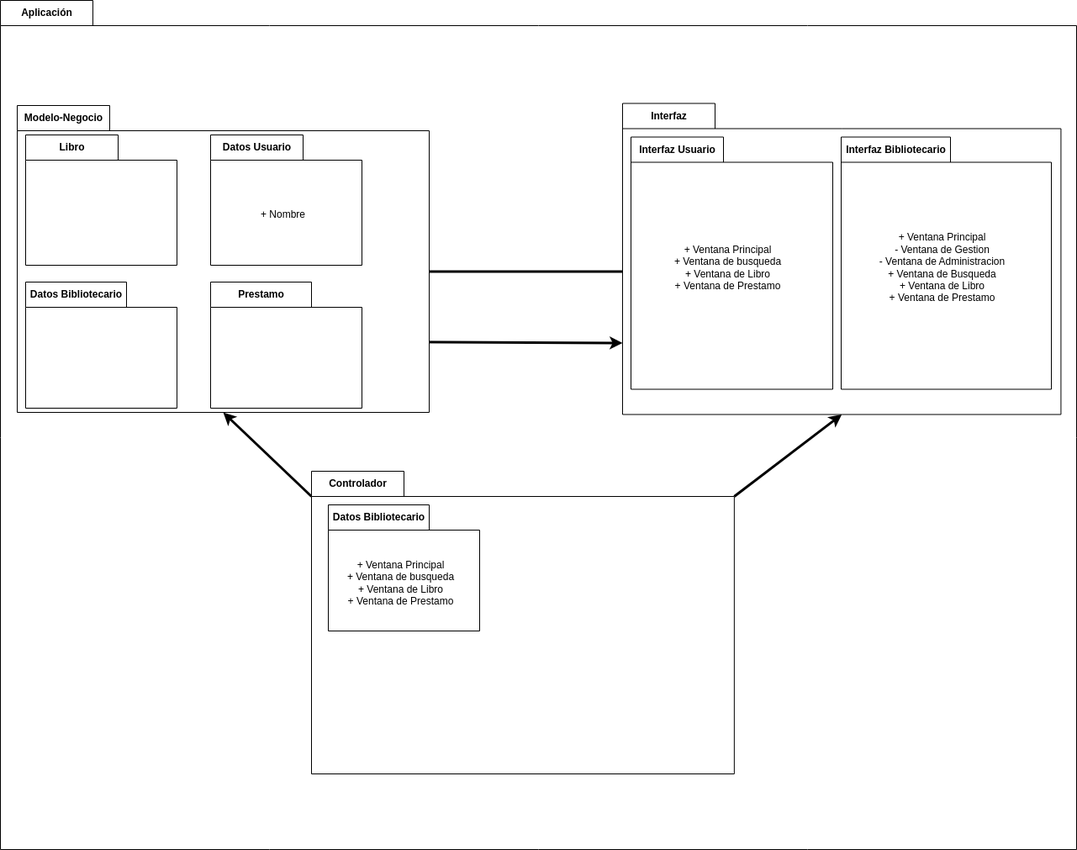
Before: diagrama-paquetes/biblioteca/diagrama-biblioteca.drawio.png, a diagram exported from draw.io (IsaiasTolP/Tareas_Markdown). Source tidied: cells renumbered, new cells last; positions are measured from the earlier drawing's top-left corner, leaving out a move shared by most shapes.
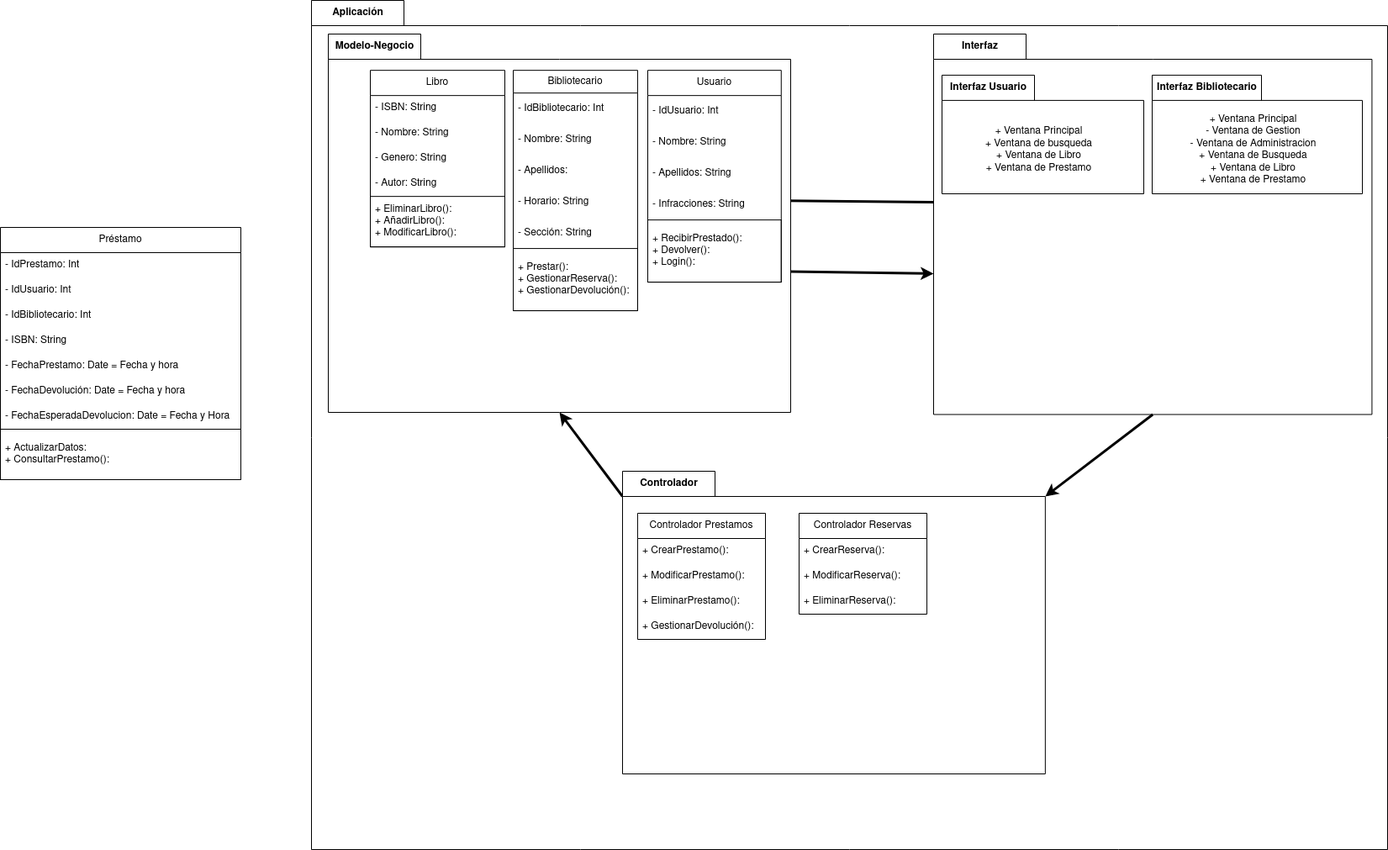
The same file after the commit.

The edit, as a diff of the source:
```diff
@@ -14,30 +14,30 @@
       <mxGeometry relative="1" as="geometry" />
     </mxCell>
     <mxCell id="5" value="Interfaz" style="shape=folder;fontStyle=1;tabWidth=110;tabHeight=30;tabPosition=left;html=1;boundedLbl=1;labelInHeader=1;" parent="2" vertex="1">
-      <mxGeometry x="740" y="122.5" width="521.4" height="370" as="geometry" />
+      <mxGeometry x="740" y="40" width="521.4" height="452.5" as="geometry" />
     </mxCell>
     <mxCell id="6" style="html=1;strokeColor=none;fillColor=none;" parent="5" vertex="1">
-      <mxGeometry width="400.38" height="259" relative="1" as="geometry">
+      <mxGeometry width="400.38" height="316.75" relative="1" as="geometry">
         <mxPoint y="30" as="offset" />
       </mxGeometry>
     </mxCell>
     <mxCell id="7" value="Interfaz Usuario" style="shape=folder;fontStyle=1;tabWidth=110;tabHeight=30;tabPosition=left;html=1;boundedLbl=1;labelInHeader=1;" parent="5" vertex="1">
-      <mxGeometry x="10" y="40" width="240" height="300" as="geometry" />
+      <mxGeometry x="10" y="48.9" width="240" height="141.1" as="geometry" />
     </mxCell>
     <mxCell id="8" value="+ Ventana Principal&lt;br&gt;+ Ventana de busqueda&lt;br&gt;+ Ventana de Libro&lt;br&gt;+ Ventana de Prestamo" style="html=1;strokeColor=none;fillColor=none;" parent="7" vertex="1">
-      <mxGeometry width="230" height="250" relative="1" as="geometry">
+      <mxGeometry width="230" height="117.57" relative="1" as="geometry">
         <mxPoint y="30" as="offset" />
       </mxGeometry>
     </mxCell>
     <mxCell id="9" value="Interfaz Bibliotecario" style="shape=folder;fontStyle=1;tabWidth=130;tabHeight=30;tabPosition=left;html=1;boundedLbl=1;labelInHeader=1;" parent="5" vertex="1">
-      <mxGeometry x="260" y="40" width="250" height="300" as="geometry" />
+      <mxGeometry x="260" y="48.9" width="250" height="141.1" as="geometry" />
     </mxCell>
     <mxCell id="10" value="+ Ventana Principal&lt;br&gt;- Ventana de Gestion&lt;br&gt;- Ventana de Administracion&lt;br&gt;+ Ventana de Busqueda&lt;br&gt;+ Ventana de Libro&lt;br&gt;+ Ventana de Prestamo" style="html=1;strokeColor=none;fillColor=none;" parent="9" vertex="1">
-      <mxGeometry width="239.58" height="250" relative="1" as="geometry">
+      <mxGeometry width="239.58" height="117.57" relative="1" as="geometry">
         <mxPoint y="30" as="offset" />
       </mxGeometry>
     </mxCell>
-    <mxCell id="11" style="edgeStyle=none;html=1;exitX=0;exitY=0;exitDx=502.85714285714283;exitDy=30;exitPerimeter=0;entryX=0.5;entryY=1;entryDx=0;entryDy=0;entryPerimeter=0;strokeWidth=3;" parent="2" edge="1" source="13" target="5">
+    <mxCell id="11" style="edgeStyle=none;html=1;exitX=0;exitY=0;exitDx=502.85714285714283;exitDy=30;exitPerimeter=0;entryX=0.5;entryY=1;entryDx=0;entryDy=0;entryPerimeter=0;strokeWidth=3;startArrow=classic;startFill=1;endArrow=none;endFill=0;" parent="2" edge="1" source="13" target="5">
       <mxGeometry relative="1" as="geometry" />
     </mxCell>
     <mxCell id="12" style="edgeStyle=none;html=1;exitX=0;exitY=0;exitDx=0;exitDy=30;exitPerimeter=0;entryX=0.5;entryY=1;entryDx=0;entryDy=0;entryPerimeter=0;strokeWidth=3;" parent="2" edge="1" source="13" target="18">
@@ -51,56 +51,127 @@
         <mxPoint y="30" as="offset" />
       </mxGeometry>
     </mxCell>
-    <mxCell id="15" value="Datos Bibliotecario" style="shape=folder;fontStyle=1;tabWidth=120;tabHeight=30;tabPosition=left;html=1;boundedLbl=1;labelInHeader=1;" parent="13" vertex="1">
-      <mxGeometry x="20" y="40" width="180" height="150" as="geometry" />
-    </mxCell>
-    <mxCell id="16" value="+ Ventana Principal&lt;br&gt;+ Ventana de busqueda&lt;br&gt;+ Ventana de Libro&lt;br&gt;+ Ventana de Prestamo" style="html=1;strokeColor=none;fillColor=none;" parent="15" vertex="1">
-      <mxGeometry width="172.5" height="125" relative="1" as="geometry">
-        <mxPoint y="30" as="offset" />
-      </mxGeometry>
-    </mxCell>
+    <mxCell id="28" value="Controlador Prestamos" style="swimlane;fontStyle=0;horizontal=1;startSize=30;whiteSpace=wrap;html=1;" parent="13" vertex="1">
+      <mxGeometry x="18" y="50" width="152" height="150" as="geometry" />
+    </mxCell>
+    <mxCell id="29" value="&lt;div&gt;+ CrearPrestamo():&lt;/div&gt;" style="text;strokeColor=none;fillColor=none;align=left;verticalAlign=middle;spacingLeft=4;spacingRight=4;overflow=hidden;whiteSpace=wrap;html=1;" parent="28" vertex="1">
+      <mxGeometry y="30" width="152" height="30" as="geometry" />
+    </mxCell>
+    <mxCell id="30" value="+ ModificarPrestamo():" style="text;strokeColor=none;fillColor=none;align=left;verticalAlign=middle;spacingLeft=4;spacingRight=4;overflow=hidden;whiteSpace=wrap;html=1;" parent="28" vertex="1">
+      <mxGeometry y="60" width="152" height="30" as="geometry" />
+    </mxCell>
+    <mxCell id="31" value="+ EliminarPrestamo():" style="text;strokeColor=none;fillColor=none;align=left;verticalAlign=middle;spacingLeft=4;spacingRight=4;overflow=hidden;whiteSpace=wrap;html=1;" parent="28" vertex="1">
+      <mxGeometry y="90" width="152" height="30" as="geometry" />
+    </mxCell>
+    <mxCell id="32" value="+ GestionarDevolución():" style="text;strokeColor=none;fillColor=none;align=left;verticalAlign=middle;spacingLeft=4;spacingRight=4;overflow=hidden;whiteSpace=wrap;html=1;" parent="28" vertex="1">
+      <mxGeometry y="120" width="152" height="30" as="geometry" />
+    </mxCell>
+    <mxCell id="33" value="Controlador Reservas" style="swimlane;fontStyle=0;horizontal=1;startSize=30;whiteSpace=wrap;html=1;" parent="13" vertex="1">
+      <mxGeometry x="210" y="50" width="152" height="120" as="geometry" />
+    </mxCell>
+    <mxCell id="34" value="+ CrearReserva():" style="text;strokeColor=none;fillColor=none;align=left;verticalAlign=middle;spacingLeft=4;spacingRight=4;overflow=hidden;whiteSpace=wrap;html=1;" parent="33" vertex="1">
+      <mxGeometry y="30" width="152" height="30" as="geometry" />
+    </mxCell>
+    <mxCell id="35" value="+ ModificarReserva():" style="text;strokeColor=none;fillColor=none;align=left;verticalAlign=middle;spacingLeft=4;spacingRight=4;overflow=hidden;whiteSpace=wrap;html=1;" parent="33" vertex="1">
+      <mxGeometry y="60" width="152" height="30" as="geometry" />
+    </mxCell>
+    <mxCell id="36" value="+ EliminarReserva():" style="text;strokeColor=none;fillColor=none;align=left;verticalAlign=middle;spacingLeft=4;spacingRight=4;overflow=hidden;whiteSpace=wrap;html=1;" parent="33" vertex="1">
+      <mxGeometry y="90" width="152" height="30" as="geometry" />
+    </mxCell>
     <mxCell id="17" style="edgeStyle=none;html=1;exitX=0;exitY=0;exitDx=460;exitDy=281.25;exitPerimeter=0;entryX=0;entryY=0;entryDx=0;entryDy=285;entryPerimeter=0;strokeWidth=3;" parent="2" edge="1" source="18" target="5">
       <mxGeometry relative="1" as="geometry" />
     </mxCell>
     <mxCell id="18" value="Modelo-Negocio" style="shape=folder;fontStyle=1;tabWidth=110;tabHeight=30;tabPosition=left;html=1;boundedLbl=1;labelInHeader=1;" parent="2" vertex="1">
-      <mxGeometry x="20" y="125" width="490" height="365" as="geometry" />
+      <mxGeometry x="20" y="40" width="550" height="450" as="geometry" />
     </mxCell>
     <mxCell id="19" style="html=1;strokeColor=none;fillColor=none;" parent="18" vertex="1">
-      <mxGeometry width="460" height="255.5" relative="1" as="geometry">
+      <mxGeometry width="516.33" height="315" relative="1" as="geometry">
         <mxPoint y="30" as="offset" />
       </mxGeometry>
     </mxCell>
+    <mxCell id="37" value="Usuario" style="swimlane;fontStyle=0;horizontal=1;startSize=30;whiteSpace=wrap;html=1;strokeColor=default;" parent="18" vertex="1">
+      <mxGeometry x="380" y="43.1" width="158.8" height="251.9" as="geometry" />
+    </mxCell>
+    <mxCell id="38" value="- IdUsuario: Int" style="text;strokeColor=none;fillColor=none;align=left;verticalAlign=middle;spacingLeft=4;spacingRight=4;overflow=hidden;whiteSpace=wrap;html=1;" parent="37" vertex="1">
+      <mxGeometry y="30" width="158.8" height="37" as="geometry" />
+    </mxCell>
+    <mxCell id="39" value="- Nombre: String" style="text;strokeColor=none;fillColor=none;align=left;verticalAlign=middle;spacingLeft=4;spacingRight=4;overflow=hidden;whiteSpace=wrap;html=1;" parent="37" vertex="1">
+      <mxGeometry y="67" width="158.8" height="37" as="geometry" />
+    </mxCell>
+    <mxCell id="40" value="- Apellidos: String" style="text;strokeColor=none;fillColor=none;align=left;verticalAlign=middle;spacingLeft=4;spacingRight=4;overflow=hidden;whiteSpace=wrap;html=1;" parent="37" vertex="1">
+      <mxGeometry y="104" width="158.8" height="37" as="geometry" />
+    </mxCell>
+    <mxCell id="41" value="- Infracciones: String" style="text;strokeColor=none;fillColor=none;align=left;verticalAlign=middle;spacingLeft=4;spacingRight=4;overflow=hidden;whiteSpace=wrap;html=1;" parent="37" vertex="1">
+      <mxGeometry y="141" width="158.8" height="37" as="geometry" />
+    </mxCell>
+    <mxCell id="42" value="+ RecibirPrestado():&lt;br&gt;+ Devolver():&lt;br&gt;+ Login():" style="text;strokeColor=default;fillColor=none;align=left;verticalAlign=middle;spacingLeft=4;spacingRight=4;overflow=hidden;whiteSpace=wrap;html=1;" parent="37" vertex="1">
+      <mxGeometry y="177.9" width="158.8" height="74" as="geometry" />
+    </mxCell>
+    <mxCell id="43" value="Bibliotecario" style="swimlane;fontStyle=0;horizontal=1;startSize=27;whiteSpace=wrap;html=1;strokeColor=default;" parent="18" vertex="1">
+      <mxGeometry x="220" y="43.1" width="148" height="285.9" as="geometry" />
+    </mxCell>
+    <mxCell id="44" value="- IdBibliotecario: Int" style="text;strokeColor=none;fillColor=none;align=left;verticalAlign=middle;spacingLeft=4;spacingRight=4;overflow=hidden;whiteSpace=wrap;html=1;" parent="43" vertex="1">
+      <mxGeometry y="27" width="148" height="37" as="geometry" />
+    </mxCell>
+    <mxCell id="45" value="- Nombre: String" style="text;strokeColor=none;fillColor=none;align=left;verticalAlign=middle;spacingLeft=4;spacingRight=4;overflow=hidden;whiteSpace=wrap;html=1;" parent="43" vertex="1">
+      <mxGeometry y="64" width="148" height="37" as="geometry" />
+    </mxCell>
+    <mxCell id="46" value="- Apellidos:" style="text;strokeColor=none;fillColor=none;align=left;verticalAlign=middle;spacingLeft=4;spacingRight=4;overflow=hidden;whiteSpace=wrap;html=1;" parent="43" vertex="1">
+      <mxGeometry y="101" width="148" height="37" as="geometry" />
+    </mxCell>
+    <mxCell id="47" value="- Horario: String" style="text;strokeColor=none;fillColor=none;align=left;verticalAlign=middle;spacingLeft=4;spacingRight=4;overflow=hidden;whiteSpace=wrap;html=1;" parent="43" vertex="1">
+      <mxGeometry y="138" width="148" height="37" as="geometry" />
+    </mxCell>
+    <mxCell id="48" value="- Sección: String" style="text;strokeColor=none;fillColor=none;align=left;verticalAlign=middle;spacingLeft=4;spacingRight=4;overflow=hidden;whiteSpace=wrap;html=1;" parent="43" vertex="1">
+      <mxGeometry y="174.9" width="148" height="37" as="geometry" />
+    </mxCell>
+    <mxCell id="49" value="+ Prestar():&lt;br&gt;+ GestionarReserva():&lt;br&gt;+ GestionarDevolución():" style="text;strokeColor=default;fillColor=none;align=left;verticalAlign=middle;spacingLeft=4;spacingRight=4;overflow=hidden;whiteSpace=wrap;html=1;" parent="43" vertex="1">
+      <mxGeometry y="211.9" width="148" height="74" as="geometry" />
+    </mxCell>
-    <mxCell id="20" value="Libro" style="shape=folder;fontStyle=1;tabWidth=110;tabHeight=30;tabPosition=left;html=1;boundedLbl=1;labelInHeader=1;" parent="18" vertex="1">
-      <mxGeometry x="10" y="35" width="180" height="155" as="geometry" />
+    <mxCell id="20" value="Libro" style="swimlane;fontStyle=0;horizontal=1;startSize=30;whiteSpace=wrap;html=1;strokeColor=default;" parent="18" vertex="1">
+      <mxGeometry x="50" y="43.1" width="160" height="210" as="geometry" />
     </mxCell>
-    <mxCell id="21" style="html=1;strokeColor=none;fillColor=none;" parent="20" vertex="1">
-      <mxGeometry width="172.5" height="129.17" relative="1" as="geometry">
-        <mxPoint y="30" as="offset" />
-      </mxGeometry>
-    </mxCell>
-    <mxCell id="22" value="Datos Usuario" style="shape=folder;fontStyle=1;tabWidth=110;tabHeight=30;tabPosition=left;html=1;boundedLbl=1;labelInHeader=1;" parent="18" vertex="1">
-      <mxGeometry x="230" y="35" width="180" height="155" as="geometry" />
-    </mxCell>
-    <mxCell id="23" value="+ Nombre&lt;br&gt;" style="html=1;strokeColor=none;fillColor=none;" parent="22" vertex="1">
-      <mxGeometry width="172.5" height="129.17" relative="1" as="geometry">
-        <mxPoint y="30" as="offset" />
-      </mxGeometry>
-    </mxCell>
-    <mxCell id="24" value="Datos Bibliotecario" style="shape=folder;fontStyle=1;tabWidth=120;tabHeight=30;tabPosition=left;html=1;boundedLbl=1;labelInHeader=1;" parent="18" vertex="1">
-      <mxGeometry x="10" y="210" width="180" height="150" as="geometry" />
-    </mxCell>
-    <mxCell id="25" style="html=1;strokeColor=none;fillColor=none;" parent="24" vertex="1">
-      <mxGeometry width="172.5" height="125" relative="1" as="geometry">
-        <mxPoint y="30" as="offset" />
-      </mxGeometry>
-    </mxCell>
-    <mxCell id="26" value="Prestamo" style="shape=folder;fontStyle=1;tabWidth=120;tabHeight=30;tabPosition=left;html=1;boundedLbl=1;labelInHeader=1;" parent="18" vertex="1">
-      <mxGeometry x="230" y="210" width="180" height="150" as="geometry" />
-    </mxCell>
-    <mxCell id="27" style="html=1;strokeColor=none;fillColor=none;" parent="26" vertex="1">
-      <mxGeometry width="172.5" height="125" relative="1" as="geometry">
-        <mxPoint y="30" as="offset" />
-      </mxGeometry>
-    </mxCell>
+    <mxCell id="50" value="- ISBN: String" style="text;strokeColor=none;fillColor=none;align=left;verticalAlign=middle;spacingLeft=4;spacingRight=4;overflow=hidden;whiteSpace=wrap;html=1;" parent="20" vertex="1">
+      <mxGeometry y="30" width="160" height="30" as="geometry" />
+    </mxCell>
+    <mxCell id="51" value="- Nombre: String" style="text;strokeColor=none;fillColor=none;align=left;verticalAlign=middle;spacingLeft=4;spacingRight=4;overflow=hidden;whiteSpace=wrap;html=1;" parent="20" vertex="1">
+      <mxGeometry y="60" width="160" height="30" as="geometry" />
+    </mxCell>
+    <mxCell id="52" value="- Genero: String" style="text;strokeColor=none;fillColor=none;align=left;verticalAlign=middle;spacingLeft=4;spacingRight=4;overflow=hidden;whiteSpace=wrap;html=1;" parent="20" vertex="1">
+      <mxGeometry y="90" width="160" height="30" as="geometry" />
+    </mxCell>
+    <mxCell id="53" value="- Autor: String" style="text;strokeColor=none;fillColor=none;align=left;verticalAlign=middle;spacingLeft=4;spacingRight=4;overflow=hidden;whiteSpace=wrap;html=1;" parent="20" vertex="1">
+      <mxGeometry y="120" width="160" height="30" as="geometry" />
+    </mxCell>
+    <mxCell id="54" value="+ EliminarLibro():&lt;br&gt;+ AñadirLibro():&lt;br&gt;+ ModificarLibro():" style="text;strokeColor=default;fillColor=none;align=left;verticalAlign=middle;spacingLeft=4;spacingRight=4;overflow=hidden;whiteSpace=wrap;html=1;" parent="20" vertex="1">
+      <mxGeometry y="150" width="160" height="60" as="geometry" />
+    </mxCell>
+    <mxCell id="55" value="Préstamo" style="swimlane;fontStyle=0;horizontal=1;startSize=30;whiteSpace=wrap;html=1;strokeColor=default;" parent="1" vertex="1">
+      <mxGeometry x="-370" y="270" width="286" height="300" as="geometry" />
+    </mxCell>
+    <mxCell id="56" value="- IdPrestamo: Int" style="text;strokeColor=none;fillColor=none;align=left;verticalAlign=middle;spacingLeft=4;spacingRight=4;overflow=hidden;whiteSpace=wrap;html=1;" parent="55" vertex="1">
+      <mxGeometry y="30" width="286" height="30" as="geometry" />
+    </mxCell>
+    <mxCell id="57" value="- IdUsuario: Int" style="text;strokeColor=none;fillColor=none;align=left;verticalAlign=middle;spacingLeft=4;spacingRight=4;overflow=hidden;whiteSpace=wrap;html=1;" parent="55" vertex="1">
+      <mxGeometry y="60" width="286" height="30" as="geometry" />
+    </mxCell>
+    <mxCell id="58" value="- IdBibliotecario: Int" style="text;strokeColor=none;fillColor=none;align=left;verticalAlign=middle;spacingLeft=4;spacingRight=4;overflow=hidden;whiteSpace=wrap;html=1;" parent="55" vertex="1">
+      <mxGeometry y="90" width="286" height="30" as="geometry" />
+    </mxCell>
+    <mxCell id="59" value="- ISBN: String" style="text;strokeColor=none;fillColor=none;align=left;verticalAlign=middle;spacingLeft=4;spacingRight=4;overflow=hidden;whiteSpace=wrap;html=1;" parent="55" vertex="1">
+      <mxGeometry y="120" width="286" height="30" as="geometry" />
+    </mxCell>
+    <mxCell id="60" value="- FechaPrestamo: Date = Fecha y hora" style="text;strokeColor=none;fillColor=none;align=left;verticalAlign=middle;spacingLeft=4;spacingRight=4;overflow=hidden;whiteSpace=wrap;html=1;" parent="55" vertex="1">
+      <mxGeometry y="150" width="286" height="30" as="geometry" />
+    </mxCell>
+    <mxCell id="61" value="- FechaDevolución: Date = Fecha y hora" style="text;strokeColor=none;fillColor=none;align=left;verticalAlign=middle;spacingLeft=4;spacingRight=4;overflow=hidden;whiteSpace=wrap;html=1;" parent="55" vertex="1">
+      <mxGeometry y="180" width="286" height="30" as="geometry" />
+    </mxCell>
+    <mxCell id="62" value="- FechaEsperadaDevolucion: Date = Fecha y Hora" style="text;strokeColor=none;fillColor=none;align=left;verticalAlign=middle;spacingLeft=4;spacingRight=4;overflow=hidden;whiteSpace=wrap;html=1;" parent="55" vertex="1">
+      <mxGeometry y="210" width="286" height="30" as="geometry" />
+    </mxCell>
+    <mxCell id="63" value="+ ActualizarDatos:&lt;br&gt;+ ConsultarPrestamo():" style="text;strokeColor=default;fillColor=none;align=left;verticalAlign=middle;spacingLeft=4;spacingRight=4;overflow=hidden;whiteSpace=wrap;html=1;" parent="55" vertex="1">
+      <mxGeometry y="240" width="286" height="60" as="geometry" />
+    </mxCell>
   </root>
 </mxGraphModel>
```
